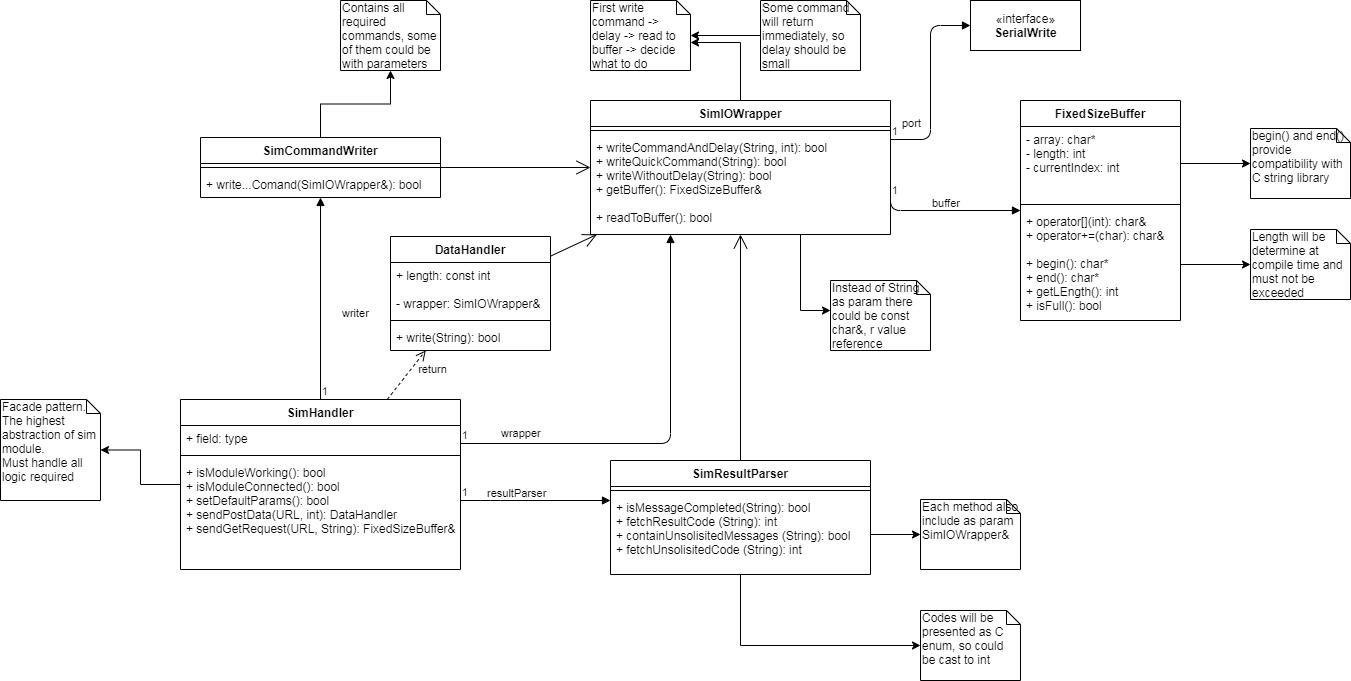
Earlier version of the draw.io export Документы/SimHandlerUML.png (keksovmen/Water). Source tidied: cells renumbered, new cells last; positions are measured from the earlier drawing's top-left corner, leaving out a move shared by most shapes.
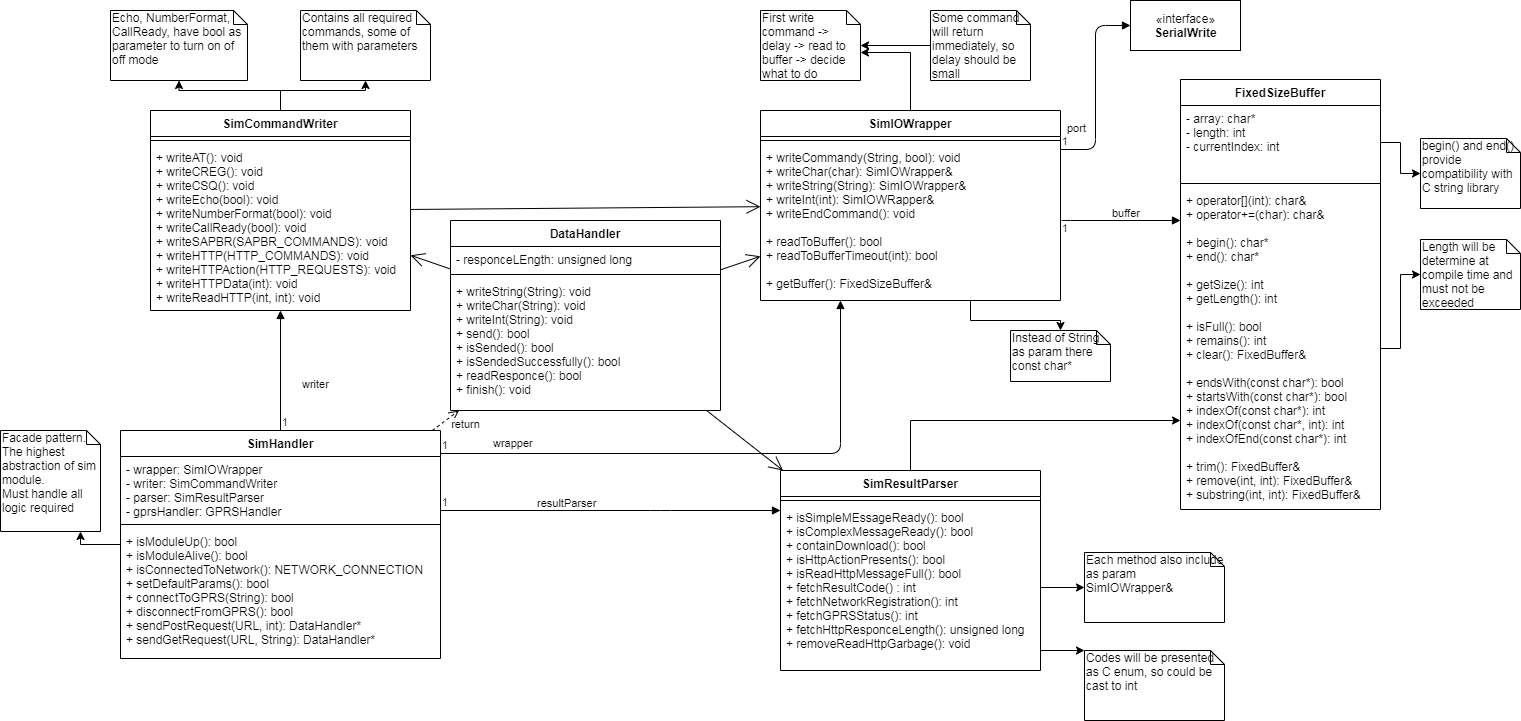
After the change.

What changed in the source:
```diff
@@ -3,7 +3,7 @@
     <mxCell id="0" />
     <mxCell id="1" parent="0" />
     <mxCell id="2" value="«interface»&lt;br&gt;&lt;b&gt;SerialWrite&lt;/b&gt;" style="html=1;" parent="1" vertex="1">
-      <mxGeometry x="970" width="110" height="50" as="geometry" />
+      <mxGeometry x="960" y="-10" width="110" height="50" as="geometry" />
     </mxCell>
     <mxCell id="3" value="port" style="endArrow=block;endFill=1;html=1;edgeStyle=orthogonalEdgeStyle;align=left;verticalAlign=top;entryX=0;entryY=0.5;entryDx=0;entryDy=0;exitX=1;exitY=0.5;exitDx=0;exitDy=0;" parent="1" edge="1" target="2">
       <mxGeometry x="-0.29" y="30" relative="1" as="geometry">
@@ -32,13 +32,13 @@
       <mxGeometry relative="1" as="geometry" />
     </mxCell>
     <mxCell id="9" value="SimIOWrapper" style="swimlane;fontStyle=1;align=center;verticalAlign=top;horizontal=1;startSize=26;" parent="1" vertex="1">
-      <mxGeometry x="590" y="100" width="300" height="134" as="geometry" />
+      <mxGeometry x="590" y="100" width="300" height="190" as="geometry" />
     </mxCell>
     <mxCell id="10" style="line;strokeWidth=1;fillColor=none;align=left;verticalAlign=middle;spacingTop=-1;spacingLeft=3;spacingRight=3;labelPosition=right;" parent="9" vertex="1">
       <mxGeometry y="26" width="300" height="8" as="geometry" />
     </mxCell>
-    <mxCell id="11" value="+ writeCommandAndDelay(String, int): bool&#10;+ writeQuickCommand(String): bool&#10;+ writeWithoutDelay(String): bool&#10;+ getBuffer(): FixedSizeBuffer&amp;&#10;&#10;+ readToBuffer(): bool" style="text;strokeColor=none;fillColor=none;align=left;verticalAlign=top;spacingLeft=4;spacingRight=4;overflow=hidden;points=[[0,0.5],[1,0.5]];portConstraint=eastwest;" parent="9" vertex="1">
-      <mxGeometry y="34" width="300" height="100" as="geometry" />
+    <mxCell id="11" value="+ writeCommandy(String, bool): void&#10;+ writeChar(char): SimIOWrapper&amp;&#10;+ writeString(String): SimIOWrapper&amp;&#10;+ writeInt(int): SimIOWRapper&amp;&#10;+ writeEndCommand(): void&#10;&#10;+ readToBuffer(): bool&#10;+ readToBufferTimeout(int): bool&#10;&#10;+ getBuffer(): FixedSizeBuffer&amp;" style="text;strokeColor=none;fillColor=none;align=left;verticalAlign=top;spacingLeft=4;spacingRight=4;overflow=hidden;points=[[0,0.5],[1,0.5]];portConstraint=eastwest;" parent="9" vertex="1">
+      <mxGeometry y="34" width="300" height="156" as="geometry" />
     </mxCell>
     <mxCell id="12" style="edgeStyle=orthogonalEdgeStyle;rounded=0;jettySize=auto;html=1;" parent="1" edge="1" source="32" target="7">
       <mxGeometry relative="1" as="geometry" />
@@ -58,8 +58,8 @@
     <mxCell id="17" value="Some command will return immediately, so delay should be small" style="shape=note;whiteSpace=wrap;html=1;size=14;verticalAlign=top;align=left;spacingTop=-6;" parent="1" vertex="1">
       <mxGeometry x="760" width="100" height="70" as="geometry" />
     </mxCell>
-    <mxCell id="18" value="Instead of String as param there could be const char&amp;amp;, r value reference" style="shape=note;whiteSpace=wrap;html=1;size=14;verticalAlign=top;align=left;spacingTop=-6;" parent="1" vertex="1">
-      <mxGeometry x="830" y="280" width="100" height="70" as="geometry" />
+    <mxCell id="18" value="Instead of String as param there const char*" style="shape=note;whiteSpace=wrap;html=1;size=14;verticalAlign=top;align=left;spacingTop=-6;" parent="1" vertex="1">
+      <mxGeometry x="840" y="320" width="100" height="51" as="geometry" />
     </mxCell>
     <mxCell id="19" style="edgeStyle=orthogonalEdgeStyle;rounded=0;jettySize=auto;html=1;exitX=0.7;exitY=1;exitDx=0;exitDy=0;exitPerimeter=0;" parent="1" edge="1" source="11" target="18">
       <mxGeometry relative="1" as="geometry">
@@ -71,32 +71,20 @@
     <mxCell id="20" style="edgeStyle=orthogonalEdgeStyle;rounded=0;jettySize=auto;html=1;" parent="1" edge="1" source="23" target="21">
       <mxGeometry relative="1" as="geometry" />
     </mxCell>
-    <mxCell id="21" value="Contains all required commands, some of them could be with parameters" style="shape=note;whiteSpace=wrap;html=1;size=14;verticalAlign=top;align=left;spacingTop=-6;" parent="1" vertex="1">
-      <mxGeometry x="340" width="100" height="70" as="geometry" />
+    <mxCell id="21" value="Contains all required commands, some of them with parameters" style="shape=note;whiteSpace=wrap;html=1;size=14;verticalAlign=top;align=left;spacingTop=-6;" parent="1" vertex="1">
+      <mxGeometry x="130" width="130" height="70" as="geometry" />
     </mxCell>
     <mxCell id="22" style="endArrow=open;endFill=1;endSize=12;html=1;" parent="1" edge="1" source="23" target="9">
       <mxGeometry relative="1" as="geometry" />
     </mxCell>
-    <mxCell id="23" value="SimCommandWriter" style="swimlane;fontStyle=1;align=center;verticalAlign=top;horizontal=1;startSize=26;" parent="1" vertex="1">
-      <mxGeometry x="200" y="137" width="240" height="60" as="geometry" />
-    </mxCell>
-    <mxCell id="24" style="line;strokeWidth=1;fillColor=none;align=left;verticalAlign=middle;spacingTop=-1;spacingLeft=3;spacingRight=3;labelPosition=right;" parent="23" vertex="1">
-      <mxGeometry y="26" width="240" height="8" as="geometry" />
-    </mxCell>
-    <mxCell id="25" value="+ write...Comand(SimIOWrapper&amp;): bool" style="text;strokeColor=none;fillColor=none;align=left;verticalAlign=top;spacingLeft=4;spacingRight=4;overflow=hidden;" parent="23" vertex="1">
-      <mxGeometry y="34" width="240" height="26" as="geometry" />
-    </mxCell>
-    <mxCell id="26" style="endArrow=open;endFill=1;endSize=12;html=1;" parent="1" edge="1" source="41" target="9">
-      <mxGeometry relative="1" as="geometry" />
-    </mxCell>
     <mxCell id="27" value="Each method also include as param SimIOWrapper&amp;amp;" style="shape=note;whiteSpace=wrap;html=1;size=14;verticalAlign=top;align=left;spacingTop=-6;" parent="1" vertex="1">
-      <mxGeometry x="920" y="499" width="100" height="70" as="geometry" />
+      <mxGeometry x="914" y="542" width="140" height="70" as="geometry" />
     </mxCell>
     <mxCell id="28" style="edgeStyle=orthogonalEdgeStyle;rounded=0;jettySize=auto;html=1;" parent="1" edge="1" source="43" target="27">
       <mxGeometry relative="1" as="geometry" />
     </mxCell>
     <mxCell id="29" value="Codes will be presented as C enum, so could be cast to int" style="shape=note;whiteSpace=wrap;html=1;size=14;verticalAlign=top;align=left;spacingTop=-6;" parent="1" vertex="1">
-      <mxGeometry x="920" y="610" width="100" height="70" as="geometry" />
+      <mxGeometry x="914" y="640" width="140" height="70" as="geometry" />
     </mxCell>
     <mxCell id="30" style="edgeStyle=orthogonalEdgeStyle;rounded=0;jettySize=auto;html=1;" parent="1" edge="1" source="43" target="29">
       <mxGeometry relative="1" as="geometry">
@@ -105,18 +93,6 @@
         </Array>
       </mxGeometry>
     </mxCell>
-    <mxCell id="31" value="FixedSizeBuffer" style="swimlane;fontStyle=1;align=center;verticalAlign=top;horizontal=1;startSize=26;" parent="1" vertex="1">
-      <mxGeometry x="1020" y="100" width="160" height="220" as="geometry" />
-    </mxCell>
-    <mxCell id="32" value="- array: char*&#10;- length: int&#10;- currentIndex: int" style="text;strokeColor=none;fillColor=none;align=left;verticalAlign=top;spacingLeft=4;spacingRight=4;overflow=hidden;points=[[0,0.5],[1,0.5]];portConstraint=eastwest;" parent="31" vertex="1">
-      <mxGeometry y="26" width="160" height="74" as="geometry" />
-    </mxCell>
-    <mxCell id="33" style="line;strokeWidth=1;fillColor=none;align=left;verticalAlign=middle;spacingTop=-1;spacingLeft=3;spacingRight=3;labelPosition=right;" parent="31" vertex="1">
-      <mxGeometry y="100" width="160" height="8" as="geometry" />
-    </mxCell>
-    <mxCell id="34" value="+ operator[](int): char&amp;&#10;+ operator+=(char): char&amp;&#10;&#10;+ begin(): char*&#10;+ end(): char*&#10;+ getLEngth(): int&#10;+ isFull(): bool" style="text;strokeColor=none;fillColor=none;align=left;verticalAlign=top;spacingLeft=4;spacingRight=4;overflow=hidden;points=[[0,0.5],[1,0.5]];portConstraint=eastwest;" parent="31" vertex="1">
-      <mxGeometry y="108" width="160" height="112" as="geometry" />
-    </mxCell>
     <mxCell id="35" value="writer" style="endArrow=block;endFill=1;html=1;edgeStyle=orthogonalEdgeStyle;align=left;verticalAlign=top;" parent="1" edge="1" source="51" target="23">
       <mxGeometry x="-0.02" y="-20" relative="1" as="geometry" />
     </mxCell>
@@ -145,52 +121,97 @@
     <mxCell id="40" value="1" style="edgeLabel;html=1;align=left;verticalAlign=bottom;" parent="39" vertex="1">
       <mxGeometry x="-1" relative="1" as="geometry" />
     </mxCell>
+    <mxCell id="56" style="edgeStyle=orthogonalEdgeStyle;rounded=0;jettySize=auto;html=1;" parent="1" edge="1" source="41" target="31">
+      <mxGeometry relative="1" as="geometry">
+        <Array as="points">
+          <mxPoint x="740" y="410" />
+          <mxPoint x="1100" y="410" />
+        </Array>
+      </mxGeometry>
+    </mxCell>
     <mxCell id="41" value="SimResultParser" style="swimlane;fontStyle=1;align=center;verticalAlign=top;horizontal=1;startSize=26;" parent="1" vertex="1">
-      <mxGeometry x="610" y="460" width="260" height="114" as="geometry" />
+      <mxGeometry x="610" y="460" width="260" height="200" as="geometry" />
     </mxCell>
     <mxCell id="42" style="line;strokeWidth=1;fillColor=none;align=left;verticalAlign=middle;spacingTop=-1;spacingLeft=3;spacingRight=3;labelPosition=right;" parent="41" vertex="1">
       <mxGeometry y="26" width="260" height="8" as="geometry" />
     </mxCell>
-    <mxCell id="43" value="+ isMessageCompleted(String): bool&#10;+ fetchResultCode (String): int&#10;+ containUnsolisitedMessages (String): bool&#10;+ fetchUnsolisitedCode (String): int" style="text;strokeColor=none;fillColor=none;align=left;verticalAlign=top;spacingLeft=4;spacingRight=4;overflow=hidden;points=[[0,0.5],[1,0.5]];portConstraint=eastwest;" parent="41" vertex="1">
-      <mxGeometry y="34" width="260" height="80" as="geometry" />
+    <mxCell id="43" value="+ isSimpleMEssageReady(): bool&#10;+ isComplexMessageReady(): bool&#10;+ containDownload(): bool&#10;+ isHttpActionPresents(): bool&#10;+ isReadHttpMessageFull(): bool&#10;+ fetchResultCode() : int&#10;+ fetchNetworkRegistration(): int&#10;+ fetchGPRSStatus(): int&#10;+ fetchHttpResponceLength(): unsigned long&#10;+ removeReadHttpGarbage(): void" style="text;strokeColor=none;fillColor=none;align=left;verticalAlign=top;spacingLeft=4;spacingRight=4;overflow=hidden;points=[[0,0.5],[1,0.5]];portConstraint=eastwest;" parent="41" vertex="1">
+      <mxGeometry y="34" width="260" height="166" as="geometry" />
     </mxCell>
+    <mxCell id="48" value="return" style="html=1;verticalAlign=bottom;endArrow=open;dashed=1;endSize=8;" parent="1" edge="1" source="51" target="44">
+      <mxGeometry x="0.42" y="-23" relative="1" as="geometry">
+        <mxPoint y="-1" as="offset" />
+      </mxGeometry>
+    </mxCell>
+    <mxCell id="49" style="endArrow=open;endFill=1;endSize=12;html=1;" parent="1" edge="1" source="44" target="9">
+      <mxGeometry relative="1" as="geometry" />
+    </mxCell>
+    <mxCell id="50" style="edgeStyle=orthogonalEdgeStyle;rounded=0;jettySize=auto;html=1;" parent="1" edge="1" source="51" target="55">
+      <mxGeometry relative="1" as="geometry">
+        <Array as="points">
+          <mxPoint x="-90" y="534" />
+        </Array>
+      </mxGeometry>
+    </mxCell>
+    <mxCell id="55" value="Facade pattern.&lt;br&gt;The highest abstraction of sim module.&lt;br&gt;Must handle all logic required&amp;nbsp;" style="shape=note;whiteSpace=wrap;html=1;size=14;verticalAlign=top;align=left;spacingTop=-6;" parent="1" vertex="1">
+      <mxGeometry x="-170" y="420" width="100" height="101" as="geometry" />
+    </mxCell>
+    <mxCell id="57" style="edgeStyle=orthogonalEdgeStyle;rounded=0;jettySize=auto;html=1;" parent="1" edge="1" source="23" target="58">
+      <mxGeometry relative="1" as="geometry" />
+    </mxCell>
+    <mxCell id="58" value="Echo, NumberFormat, CallReady, have bool as parameter to turn on of off mode" style="shape=note;whiteSpace=wrap;html=1;size=14;verticalAlign=top;align=left;spacingTop=-6;" parent="1" vertex="1">
+      <mxGeometry x="-60" width="137" height="70" as="geometry" />
+    </mxCell>
+    <mxCell id="23" value="SimCommandWriter" style="swimlane;fontStyle=1;align=center;verticalAlign=top;horizontal=1;startSize=26;" parent="1" vertex="1">
+      <mxGeometry x="-20" y="100" width="260" height="200" as="geometry" />
+    </mxCell>
+    <mxCell id="24" style="line;strokeWidth=1;fillColor=none;align=left;verticalAlign=middle;spacingTop=-1;spacingLeft=3;spacingRight=3;labelPosition=right;" parent="23" vertex="1">
+      <mxGeometry y="26" width="260" height="8" as="geometry" />
+    </mxCell>
+    <mxCell id="25" value="+ writeAT(): void&#10;+ writeCREG(): void&#10;+ writeCSQ(): void&#10;+ writeEcho(bool): void&#10;+ writeNumberFormat(bool): void&#10;+ writeCallReady(bool): void&#10;+ writeSAPBR(SAPBR_COMMANDS): void&#10;+ writeHTTP(HTTP_COMMANDS): void&#10;+ writeHTTPAction(HTTP_REQUESTS): void&#10;+ writeHTTPData(int): void&#10;+ writeReadHTTP(int, int): void" style="text;strokeColor=none;fillColor=none;align=left;verticalAlign=top;spacingLeft=4;spacingRight=4;overflow=hidden;" parent="23" vertex="1">
+      <mxGeometry y="34" width="260" height="166" as="geometry" />
+    </mxCell>
+    <mxCell id="59" style="endArrow=open;endFill=1;endSize=12;html=1;" parent="1" edge="1" source="44" target="23">
+      <mxGeometry relative="1" as="geometry" />
+    </mxCell>
+    <mxCell id="60" style="endArrow=open;endFill=1;endSize=12;html=1;" parent="1" edge="1" source="44" target="41">
+      <mxGeometry relative="1" as="geometry" />
+    </mxCell>
     <mxCell id="44" value="DataHandler" style="swimlane;fontStyle=1;align=center;verticalAlign=top;horizontal=1;startSize=26;" parent="1" vertex="1">
-      <mxGeometry x="390" y="236" width="160" height="114" as="geometry" />
+      <mxGeometry x="280" y="210" width="270" height="190" as="geometry" />
     </mxCell>
-    <mxCell id="45" value="+ length: const int&#10;&#10;- wrapper: SimIOWrapper&amp;" style="text;strokeColor=none;fillColor=none;align=left;verticalAlign=top;spacingLeft=4;spacingRight=4;overflow=hidden;" parent="44" vertex="1">
-      <mxGeometry y="26" width="160" height="54" as="geometry" />
+    <mxCell id="45" value="- responceLEngth: unsigned long" style="text;strokeColor=none;fillColor=none;align=left;verticalAlign=top;spacingLeft=4;spacingRight=4;overflow=hidden;" parent="44" vertex="1">
+      <mxGeometry y="26" width="270" height="24" as="geometry" />
     </mxCell>
     <mxCell id="46" style="line;strokeWidth=1;fillColor=none;align=left;verticalAlign=middle;spacingTop=-1;spacingLeft=3;spacingRight=3;labelPosition=right;" parent="44" vertex="1">
-      <mxGeometry y="80" width="160" height="8" as="geometry" />
+      <mxGeometry y="50" width="270" height="8" as="geometry" />
     </mxCell>
-    <mxCell id="47" value="+ write(String): bool" style="text;strokeColor=none;fillColor=none;align=left;verticalAlign=top;spacingLeft=4;spacingRight=4;overflow=hidden;" parent="44" vertex="1">
-      <mxGeometry y="88" width="160" height="26" as="geometry" />
+    <mxCell id="47" value="+ writeString(String): void&#10;+ writeChar(String): void&#10;+ writeInt(String): void&#10;+ send(): bool&#10;+ isSended(): bool&#10;+ isSendedSuccessfully(): bool&#10;+ readResponce(): bool&#10;+ finish(): void" style="text;strokeColor=none;fillColor=none;align=left;verticalAlign=top;spacingLeft=4;spacingRight=4;overflow=hidden;" parent="44" vertex="1">
+      <mxGeometry y="58" width="270" height="132" as="geometry" />
     </mxCell>
-    <mxCell id="48" value="return" style="html=1;verticalAlign=bottom;endArrow=open;dashed=1;endSize=8;" parent="1" edge="1" source="51" target="44">
-      <mxGeometry x="0.42" y="-23" relative="1" as="geometry">
-        <mxPoint y="-1" as="offset" />
-      </mxGeometry>
-    </mxCell>
-    <mxCell id="49" style="endArrow=open;endFill=1;endSize=12;html=1;" parent="1" edge="1" source="44" target="9">
-      <mxGeometry relative="1" as="geometry" />
-    </mxCell>
-    <mxCell id="50" style="edgeStyle=orthogonalEdgeStyle;rounded=0;jettySize=auto;html=1;" parent="1" edge="1" source="51" target="55">
-      <mxGeometry relative="1" as="geometry" />
-    </mxCell>
+    <mxCell id="31" value="FixedSizeBuffer" style="swimlane;fontStyle=1;align=center;verticalAlign=top;horizontal=1;startSize=26;" parent="1" vertex="1">
+      <mxGeometry x="1010" y="69" width="200" height="430" as="geometry" />
+    </mxCell>
+    <mxCell id="32" value="- array: char*&#10;- length: int&#10;- currentIndex: int" style="text;strokeColor=none;fillColor=none;align=left;verticalAlign=top;spacingLeft=4;spacingRight=4;overflow=hidden;points=[[0,0.5],[1,0.5]];portConstraint=eastwest;" parent="31" vertex="1">
+      <mxGeometry y="26" width="200" height="74" as="geometry" />
+    </mxCell>
+    <mxCell id="33" style="line;strokeWidth=1;fillColor=none;align=left;verticalAlign=middle;spacingTop=-1;spacingLeft=3;spacingRight=3;labelPosition=right;" parent="31" vertex="1">
+      <mxGeometry y="100" width="200" height="8" as="geometry" />
+    </mxCell>
+    <mxCell id="34" value="+ operator[](int): char&amp;&#10;+ operator+=(char): char&amp;&#10;&#10;+ begin(): char*&#10;+ end(): char*&#10;&#10;+ getSize(): int&#10;+ getLength(): int&#10;&#10;+ isFull(): bool&#10;+ remains(): int&#10;+ clear(): FixedBuffer&amp;&#10;&#10;+ endsWith(const char*): bool&#10;+ startsWith(const char*): bool&#10;+ indexOf(const char*): int&#10;+ indexOf(const char*, int): int&#10;+ indexOfEnd(const char*): int&#10;&#10;+ trim(): FixedBuffer&amp;&#10;+ remove(int, int): FixedBuffer&amp;&#10;+ substring(int, int): FixedBuffer&amp;&#10;" style="text;strokeColor=none;fillColor=none;align=left;verticalAlign=top;spacingLeft=4;spacingRight=4;overflow=hidden;points=[[0,0.5],[1,0.5]];portConstraint=eastwest;" parent="31" vertex="1">
+      <mxGeometry y="108" width="200" height="322" as="geometry" />
+    </mxCell>
     <mxCell id="51" value="SimHandler" style="swimlane;fontStyle=1;align=center;verticalAlign=top;horizontal=1;startSize=26;" parent="1" vertex="1">
-      <mxGeometry x="180" y="399" width="280" height="170" as="geometry" />
+      <mxGeometry x="-50" y="420" width="320" height="228" as="geometry" />
     </mxCell>
-    <mxCell id="52" value="+ field: type" style="text;strokeColor=none;fillColor=none;align=left;verticalAlign=top;spacingLeft=4;spacingRight=4;overflow=hidden;" parent="51" vertex="1">
-      <mxGeometry y="26" width="280" height="26" as="geometry" />
+    <mxCell id="52" value="- wrapper: SimIOWrapper&#10;- writer: SimCommandWriter&#10;- parser: SimResultParser&#10;- gprsHandler: GPRSHandler" style="text;strokeColor=none;fillColor=none;align=left;verticalAlign=top;spacingLeft=4;spacingRight=4;overflow=hidden;" parent="51" vertex="1">
+      <mxGeometry y="26" width="320" height="64" as="geometry" />
     </mxCell>
     <mxCell id="53" style="line;strokeWidth=1;fillColor=none;align=left;verticalAlign=middle;spacingTop=-1;spacingLeft=3;spacingRight=3;labelPosition=right;" parent="51" vertex="1">
-      <mxGeometry y="52" width="280" height="8" as="geometry" />
+      <mxGeometry y="90" width="320" height="8" as="geometry" />
     </mxCell>
-    <mxCell id="54" value="+ isModuleWorking(): bool&#10;+ isModuleConnected(): bool&#10;+ setDefaultParams(): bool&#10;+ sendPostData(URL, int): DataHandler&#10;+ sendGetRequest(URL, String): FixedSizeBuffer&amp;" style="text;strokeColor=none;fillColor=none;align=left;verticalAlign=top;spacingLeft=4;spacingRight=4;overflow=hidden;" parent="51" vertex="1">
-      <mxGeometry y="60" width="280" height="110" as="geometry" />
+    <mxCell id="54" value="+ isModuleUp(): bool&#10;+ isModuleAlive(): bool&#10;+ isConnectedToNetwork(): NETWORK_CONNECTION&#10;+ setDefaultParams(): bool&#10;+ connectToGPRS(String): bool&#10;+ disconnectFromGPRS(): bool&#10;+ sendPostRequest(URL, int): DataHandler*&#10;+ sendGetRequest(URL, String): DataHandler*" style="text;strokeColor=none;fillColor=none;align=left;verticalAlign=top;spacingLeft=4;spacingRight=4;overflow=hidden;" parent="51" vertex="1">
+      <mxGeometry y="98" width="320" height="130" as="geometry" />
     </mxCell>
-    <mxCell id="55" value="Facade pattern.&lt;br&gt;The highest abstraction of sim module.&lt;br&gt;Must handle all logic required&amp;nbsp;" style="shape=note;whiteSpace=wrap;html=1;size=14;verticalAlign=top;align=left;spacingTop=-6;" parent="1" vertex="1">
-      <mxGeometry y="399" width="100" height="101" as="geometry" />
-    </mxCell>
   </root>
 </mxGraphModel>
```
